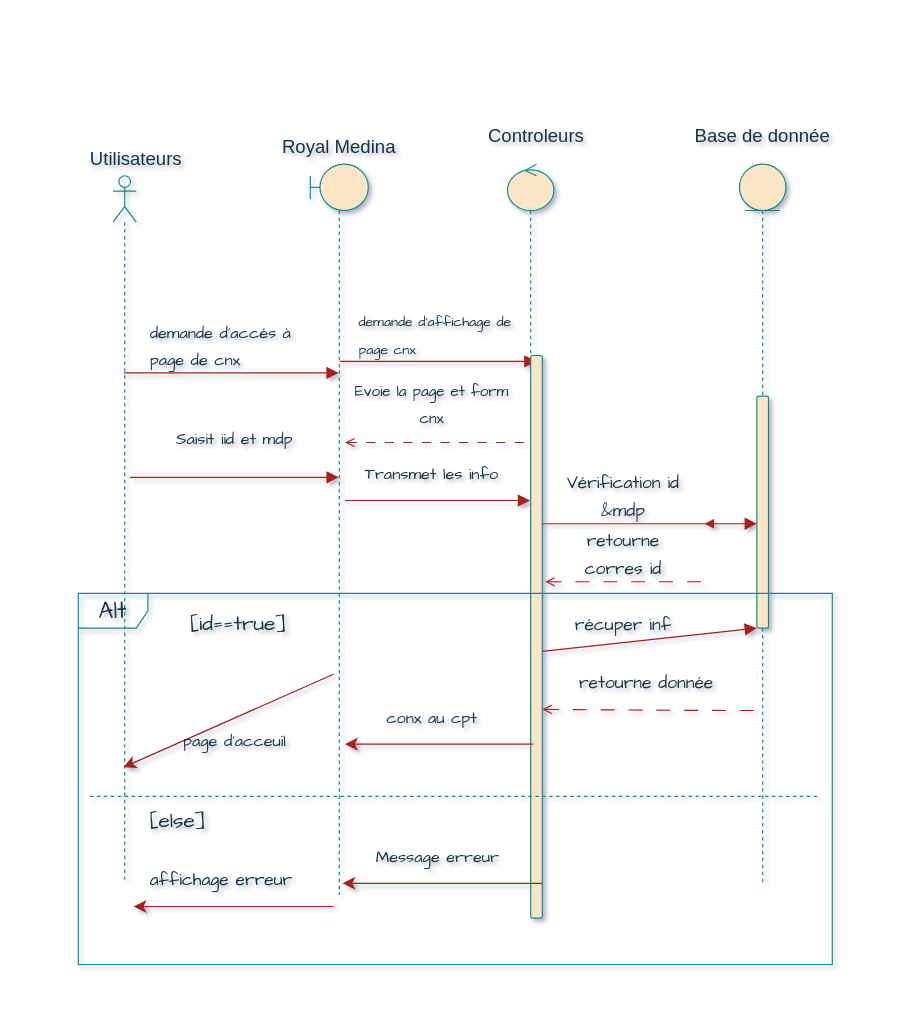
hananemazyan/DIAGRAMS keeps this draw.io diagram as page "Page-1" (1 of 2) of Untitled Diagram.drawio. Above is the earlier version. Source tidied: cells renumbered, new cells numbered last; positions are measured from the earlier drawing's top-left corner, leaving out a move shared by most shapes. Both pictures are drawn from the tidied source at 116%, with x=0, y=0 at pixel (78, 117).
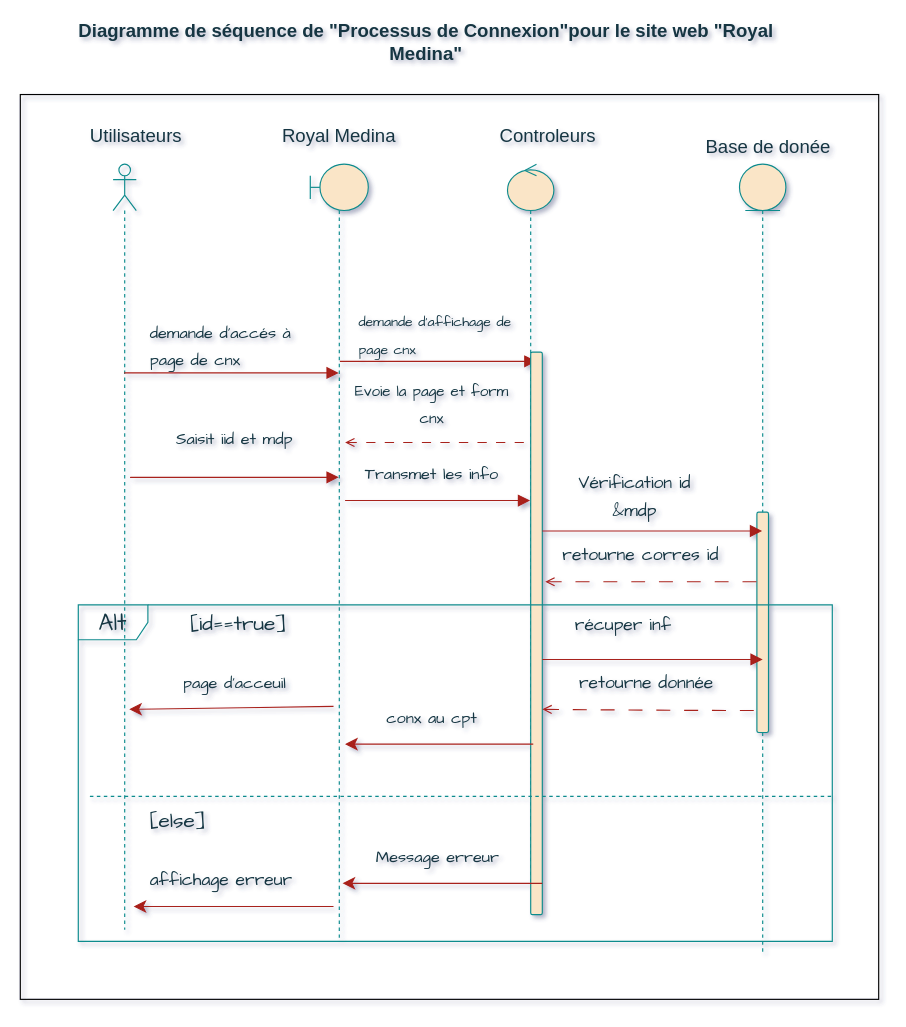
After the change.

Unchanged cells that the change refers to:
```xml
<mxCell id="30" value="&lt;span style=&quot;font-size: 14px;&quot;&gt;conx au cpt&lt;/span&gt;" style="text;html=1;strokeColor=none;fillColor=none;align=center;verticalAlign=middle;whiteSpace=wrap;rounded=1;fontSize=20;fontFamily=Architects Daughter;labelBackgroundColor=none;fontColor=#143642;" parent="1" vertex="1">
  <mxGeometry x="220" y="500" width="170" height="30" as="geometry" />
</mxCell>
```

The edit, as a diff of the source:
```diff
@@
     <mxCell id="2" style="shape=umlLifeline;perimeter=lifelinePerimeter;whiteSpace=wrap;html=1;newEdgeStyle={&quot;curved&quot;:0,&quot;rounded&quot;:0};participant=umlActor;hachureGap=4;fontFamily=Architects Daughter;fontSize=20;fillStyle=auto;fillColor=none;strokeColor=#0F8B8D;gradientDirection=west;strokeWidth=1;shadow=0;glass=0;rounded=1;labelBackgroundColor=none;fontColor=#143642;" parent="1" vertex="1">
-      <mxGeometry x="30" y="50" width="20" height="610" as="geometry" />
+      <mxGeometry x="30" y="40" width="20" height="660" as="geometry" />
     </mxCell>
     <mxCell id="3" style="shape=umlLifeline;perimeter=lifelinePerimeter;whiteSpace=wrap;html=1;outlineConnect=0;portConstraint=eastwest;newEdgeStyle={&quot;curved&quot;:0,&quot;rounded&quot;:0};participant=umlBoundary;hachureGap=4;fontFamily=Architects Daughter;fontSize=20;size=40;labelBackgroundColor=none;fillColor=#FAE5C7;strokeColor=#0F8B8D;fontColor=#143642;rounded=1;" parent="1" vertex="1">
-      <mxGeometry x="200" y="40" width="50" height="630" as="geometry" />
+      <mxGeometry x="200" y="40" width="50" height="670" as="geometry" />
     </mxCell>
@@
     <mxCell id="5" style="shape=umlLifeline;perimeter=lifelinePerimeter;whiteSpace=wrap;html=1;outlineConnect=0;portConstraint=eastwest;newEdgeStyle={&quot;curved&quot;:0,&quot;rounded&quot;:0};participant=umlEntity;hachureGap=4;fontFamily=Architects Daughter;fontSize=20;labelBackgroundColor=none;fillColor=#FAE5C7;strokeColor=#0F8B8D;fontColor=#143642;rounded=1;" parent="1" vertex="1">
-      <mxGeometry x="570" y="40" width="40" height="620" as="geometry" />
+      <mxGeometry x="570" y="40" width="40" height="680" as="geometry" />
     </mxCell>
     <mxCell id="6" style="html=1;points=[[0,0,0,0,5],[0,1,0,0,-5],[1,0,0,0,5],[1,1,0,0,-5]];perimeter=orthogonalPerimeter;outlineConnect=0;targetShapes=umlLifeline;portConstraint=eastwest;newEdgeStyle={&quot;curved&quot;:0,&quot;rounded&quot;:0};hachureGap=4;fontFamily=Architects Daughter;fontSize=20;labelBackgroundColor=none;fillColor=#FAE5C7;strokeColor=#0F8B8D;fontColor=#143642;rounded=1;" parent="5" vertex="1">
-      <mxGeometry x="15" y="200" width="10" height="200" as="geometry" />
+      <mxGeometry x="15" y="300" width="10" height="190" as="geometry" />
     </mxCell>
@@
-    <mxCell id="17" style="html=1;verticalAlign=bottom;endArrow=block;curved=0;rounded=1;hachureGap=4;fontFamily=Architects Daughter;fontSize=16;startSize=8;endSize=8;edgeStyle=none;strokeWidth=0;labelBackgroundColor=none;strokeColor=#A8201A;fontColor=default;" parent="1" edge="1" source="6">
-      <mxGeometry x="0.25" y="10" relative="1" as="geometry">
-        <mxPoint x="540" y="350" as="targetPoint" />
-      </mxGeometry>
-    </mxCell>
     <mxCell id="18" style="html=1;points=[[0,0,0,0,5],[0,1,0,0,-5],[1,0,0,0,5],[1,1,0,0,-5]];perimeter=orthogonalPerimeter;outlineConnect=0;targetShapes=umlLifeline;portConstraint=eastwest;newEdgeStyle={&quot;curved&quot;:0,&quot;rounded&quot;:0};hachureGap=4;fontFamily=Architects Daughter;fontSize=20;labelBackgroundColor=none;fillColor=#FAE5C7;strokeColor=#0F8B8D;fontColor=#143642;rounded=1;" parent="1" vertex="1">
-      <mxGeometry x="390" y="205" width="10" height="485" as="geometry" />
+      <mxGeometry x="390" y="202" width="10" height="485" as="geometry" />
     </mxCell>
-    <mxCell id="19" style="html=1;verticalAlign=bottom;endArrow=block;curved=1;hachureGap=4;fontFamily=Architects Daughter;fontSize=16;startSize=8;endSize=8;edgeStyle=none;labelBackgroundColor=none;strokeColor=#A8201A;fontColor=default;" parent="1" edge="1" target="6">
-      <mxGeometry x="0.25" y="10" relative="1" as="geometry">
-        <mxPoint x="400" y="350" as="sourcePoint" />
-      </mxGeometry>
-    </mxCell>
     <mxCell id="20" value="&lt;span style=&quot;font-size: 15px;&quot;&gt;Vérification id &amp;amp;mdp&lt;/span&gt;" style="text;html=1;strokeColor=none;fillColor=none;align=center;verticalAlign=middle;whiteSpace=wrap;rounded=1;fontSize=20;fontFamily=Architects Daughter;labelBackgroundColor=none;fontColor=#143642;" parent="1" vertex="1">
-      <mxGeometry x="410" y="310" width="120" height="30" as="geometry" />
+      <mxGeometry x="420" y="310" width="120" height="30" as="geometry" />
     </mxCell>
-    <mxCell id="21" style="html=1;verticalAlign=bottom;endArrow=none;hachureGap=4;fontFamily=Architects Daughter;fontSize=16;edgeStyle=none;startArrow=open;startFill=0;endFill=0;curved=1;dashed=1;dashPattern=12 12;endSize=5;labelBackgroundColor=none;strokeColor=#A8201A;fontColor=default;" parent="1" edge="1">
+    <mxCell id="21" style="html=1;verticalAlign=bottom;endArrow=none;hachureGap=4;fontFamily=Architects Daughter;fontSize=16;edgeStyle=none;startArrow=open;startFill=0;endFill=0;curved=1;dashed=1;dashPattern=12 12;endSize=5;labelBackgroundColor=none;strokeColor=#A8201A;fontColor=default;" parent="1" edge="1" target="5">
       <mxGeometry x="0.25" y="10" relative="1" as="geometry">
         <mxPoint x="402.5" y="400" as="sourcePoint" />
-        <mxPoint x="540" y="400" as="targetPoint" />
       </mxGeometry>
     </mxCell>
     <mxCell id="22" value="&lt;font style=&quot;font-size: 15px;&quot;&gt;retourne corres id&lt;/font&gt;" style="text;html=1;strokeColor=none;fillColor=none;align=center;verticalAlign=middle;whiteSpace=wrap;rounded=1;fontSize=20;fontFamily=Architects Daughter;labelBackgroundColor=none;fontColor=#143642;" parent="1" vertex="1">
-      <mxGeometry x="410" y="360" width="120" height="30" as="geometry" />
+      <mxGeometry x="410" y="360" width="150" height="30" as="geometry" />
     </mxCell>
     <mxCell id="23" value="Alt" style="shape=umlFrame;whiteSpace=wrap;html=1;hachureGap=4;fontFamily=Architects Daughter;fontSize=20;fillColor=none;strokeColor=#0F8B8D;labelBackgroundColor=none;fontColor=#143642;rounded=1;" parent="1" vertex="1">
-      <mxGeometry y="410" width="650" height="320" as="geometry" />
+      <mxGeometry y="420" width="650" height="290" as="geometry" />
     </mxCell>
@@
-    <mxCell id="25" style="html=1;verticalAlign=bottom;endArrow=block;curved=1;hachureGap=4;fontFamily=Architects Daughter;fontSize=16;startSize=8;endSize=8;edgeStyle=none;labelBackgroundColor=none;strokeColor=#A8201A;fontColor=default;" parent="1" edge="1" target="6">
+    <mxCell id="25" style="html=1;verticalAlign=bottom;endArrow=block;curved=1;hachureGap=4;fontFamily=Architects Daughter;fontSize=16;startSize=8;endSize=8;edgeStyle=none;labelBackgroundColor=none;strokeColor=#A8201A;fontColor=default;" parent="1" edge="1">
       <mxGeometry x="0.25" y="10" relative="1" as="geometry">
-        <mxPoint x="400" y="460" as="sourcePoint" />
+        <mxPoint x="400" y="467" as="sourcePoint" />
+        <mxPoint x="590" y="467" as="targetPoint" />
       </mxGeometry>
     </mxCell>
@@
-    <mxCell id="31" style="html=1;verticalAlign=bottom;endArrow=none;curved=0;rounded=1;hachureGap=4;fontFamily=Architects Daughter;fontSize=16;startSize=8;endSize=8;edgeStyle=none;endFill=0;startArrow=classic;startFill=1;entryX=0.4;entryY=0.698;entryDx=0;entryDy=0;entryPerimeter=0;labelBackgroundColor=none;strokeColor=#A8201A;fontColor=default;" parent="1" edge="1" target="3">
-      <mxGeometry x="0.25" y="10" relative="1" as="geometry">
-        <mxPoint x="38.9" y="560" as="sourcePoint" />
-        <Array as="points">
-          <mxPoint x="38.9" y="560" />
-        </Array>
-      </mxGeometry>
-    </mxCell>
     <mxCell id="32" value="&lt;span style=&quot;font-size: 14px;&quot;&gt;page d'acceuil&lt;/span&gt;" style="text;html=1;strokeColor=none;fillColor=none;align=center;verticalAlign=middle;whiteSpace=wrap;rounded=1;fontSize=20;fontFamily=Architects Daughter;labelBackgroundColor=none;fontColor=#143642;" parent="1" vertex="1">
-      <mxGeometry x="50" y="520" width="170" height="30" as="geometry" />
+      <mxGeometry x="50" y="470" width="170" height="30" as="geometry" />
     </mxCell>
     <mxCell id="33" style="line;strokeWidth=1;html=1;hachureGap=4;fontFamily=Architects Daughter;fontSize=20;dashed=1;labelBackgroundColor=none;fillColor=#FAE5C7;strokeColor=#0F8B8D;fontColor=#143642;rounded=1;" parent="1" vertex="1">
-      <mxGeometry x="10" y="580" width="630" height="10" as="geometry" />
+      <mxGeometry x="10" y="580" width="640" height="10" as="geometry" />
     </mxCell>
@@
-    <mxCell id="39" value="Base de donnée" style="text;html=1;strokeColor=none;fillColor=none;align=center;verticalAlign=middle;whiteSpace=wrap;rounded=0;fontSize=16;fontColor=#143642;" parent="1" vertex="1">
-      <mxGeometry x="530" width="120" height="30" as="geometry" />
+    <mxCell id="39" value="Base de donée" style="text;html=1;strokeColor=none;fillColor=none;align=center;verticalAlign=middle;whiteSpace=wrap;rounded=0;fontSize=16;fontColor=#143642;" parent="1" vertex="1">
+      <mxGeometry x="530" y="10" width="130" height="30" as="geometry" />
     </mxCell>
     <mxCell id="40" value="Controleurs" style="text;html=1;strokeColor=none;fillColor=none;align=center;verticalAlign=middle;whiteSpace=wrap;rounded=0;fontSize=16;fontColor=#143642;" parent="1" vertex="1">
-      <mxGeometry x="350" width="90" height="30" as="geometry" />
+      <mxGeometry x="360" width="90" height="30" as="geometry" />
     </mxCell>
     <mxCell id="41" value="Royal Medina" style="text;html=1;strokeColor=none;fillColor=none;align=center;verticalAlign=middle;whiteSpace=wrap;rounded=0;fontSize=16;fontColor=#143642;" parent="1" vertex="1">
-      <mxGeometry x="175" y="10" width="100" height="30" as="geometry" />
+      <mxGeometry x="170" width="110" height="30" as="geometry" />
     </mxCell>
     <mxCell id="42" value="Utilisateurs" style="text;html=1;strokeColor=none;fillColor=none;align=center;verticalAlign=middle;whiteSpace=wrap;rounded=0;fontSize=16;fontColor=#143642;" parent="1" vertex="1">
-      <mxGeometry x="20" y="20" width="60" height="30" as="geometry" />
+      <mxGeometry x="20" width="60" height="30" as="geometry" />
     </mxCell>
+    <mxCell id="43" style="html=1;verticalAlign=bottom;endArrow=block;curved=0;rounded=1;hachureGap=4;fontFamily=Architects Daughter;fontSize=16;startSize=8;endSize=8;edgeStyle=none;labelBackgroundColor=none;strokeColor=#A8201A;fontColor=default;exitX=1;exitY=0.318;exitDx=0;exitDy=0;exitPerimeter=0;" parent="1" edge="1" source="18" target="5">
+      <mxGeometry x="0.25" y="10" relative="1" as="geometry" />
+    </mxCell>
+    <mxCell id="44" style="html=1;verticalAlign=bottom;endArrow=none;curved=0;rounded=1;hachureGap=4;fontFamily=Architects Daughter;fontSize=16;startSize=8;endSize=8;edgeStyle=none;endFill=0;startArrow=classic;startFill=1;labelBackgroundColor=none;strokeColor=#A8201A;fontColor=default;entryX=0;entryY=0.25;entryDx=0;entryDy=0;" parent="1" edge="1" target="30">
+      <mxGeometry x="0.25" y="10" relative="1" as="geometry">
+        <mxPoint x="43.9" y="510" as="sourcePoint" />
+      </mxGeometry>
+    </mxCell>
+    <mxCell id="45" style="rounded=0;whiteSpace=wrap;html=1;fontSize=16;fillColor=none;" parent="1" vertex="1">
+      <mxGeometry x="-50" y="-20" width="740" height="780" as="geometry" />
+    </mxCell>
+    <mxCell id="46" value="Diagramme de séquence de &quot;Processus de Connexion&quot;pour le site web &quot;Royal Medina&quot;" style="text;strokeColor=none;fillColor=none;html=1;align=center;verticalAlign=middle;whiteSpace=wrap;rounded=0;fontSize=16;fontColor=#143642;fontStyle=1;" parent="1" vertex="1">
+      <mxGeometry x="-20" y="-80" width="640" height="30" as="geometry" />
+    </mxCell>
```
